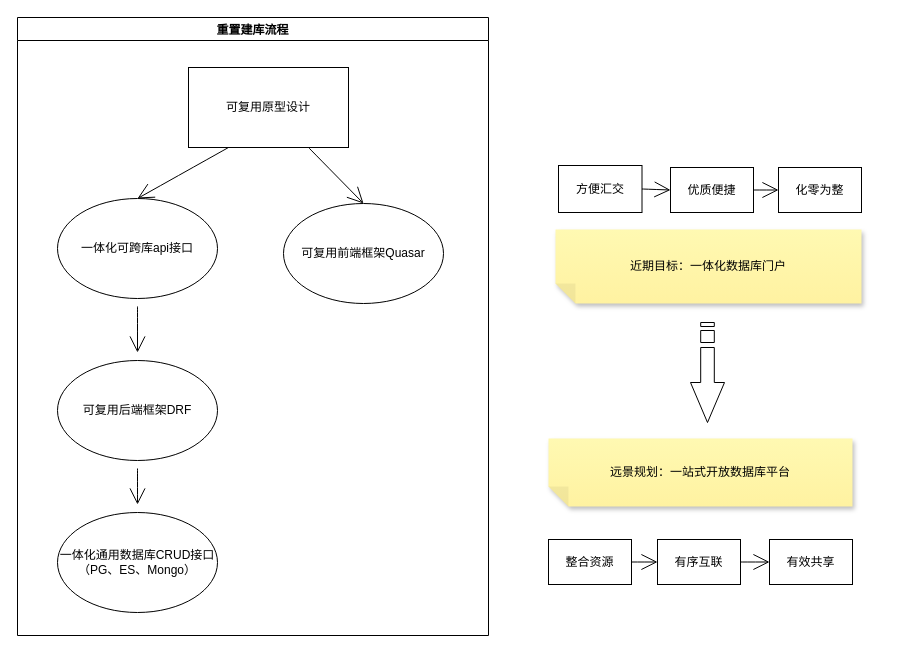
Before: Untitled Diagram.drawio in horizon365/LiveWithPython, a draw.io diagram. Source tidied: cells renumbered, new cells numbered last; positions are measured from the earlier drawing's top-left corner, leaving out a move shared by most shapes. Both pictures are drawn from the tidied source at 100%, with x=0, y=0 at pixel (17, 17).
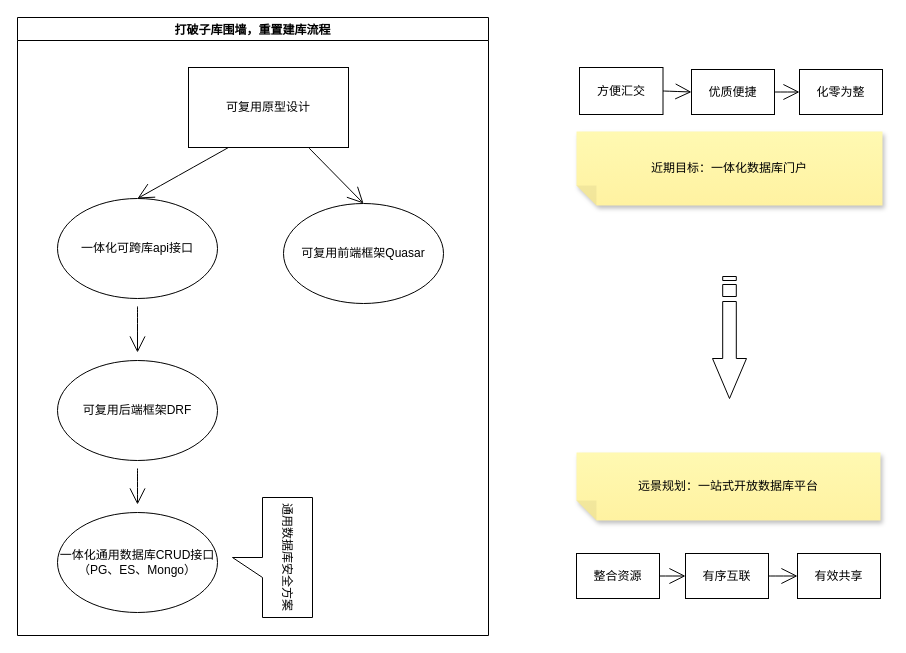
The same diagram, later.

What changed in the source:
```diff
@@
     <mxCell id="8" value="远景规划：一站式开放数据库平台" style="shape=note;whiteSpace=wrap;html=1;backgroundOutline=1;fontColor=#000000;darkOpacity=0.05;fillColor=#FFF9B2;strokeColor=none;fillStyle=solid;direction=west;gradientDirection=north;gradientColor=#FFF2A1;shadow=1;size=20;hachureGap=4;" parent="1" vertex="1">
-      <mxGeometry x="531" y="421" width="304" height="68" as="geometry" />
+      <mxGeometry x="559" y="435" width="304" height="68" as="geometry" />
     </mxCell>
@@
     <mxCell id="12" value="近期目标：一体化数据库门户" style="shape=note;whiteSpace=wrap;html=1;backgroundOutline=1;fontColor=#000000;darkOpacity=0.05;fillColor=#FFF9B2;strokeColor=none;fillStyle=solid;direction=west;gradientDirection=north;gradientColor=#FFF2A1;shadow=1;size=20;hachureGap=4;" parent="1" vertex="1">
-      <mxGeometry x="538" y="212" width="306" height="74" as="geometry" />
+      <mxGeometry x="559" y="114" width="306" height="74" as="geometry" />
     </mxCell>
@@
     <mxCell id="14" value="整合资源" style="rounded=0;whiteSpace=wrap;html=1;hachureGap=4;" parent="1" vertex="1">
-      <mxGeometry x="531" y="522" width="83" height="45" as="geometry" />
+      <mxGeometry x="559" y="536" width="83" height="45" as="geometry" />
     </mxCell>
@@
     <mxCell id="16" value="有序互联" style="rounded=0;whiteSpace=wrap;html=1;hachureGap=4;" parent="1" vertex="1">
-      <mxGeometry x="640" y="522" width="83" height="45" as="geometry" />
+      <mxGeometry x="668" y="536" width="83" height="45" as="geometry" />
     </mxCell>
     <mxCell id="17" value="有效共享" style="rounded=0;whiteSpace=wrap;html=1;hachureGap=4;" parent="1" vertex="1">
-      <mxGeometry x="752" y="522" width="83" height="45" as="geometry" />
+      <mxGeometry x="780" y="536" width="83" height="45" as="geometry" />
     </mxCell>
     <mxCell id="18" value="化零为整" style="rounded=0;whiteSpace=wrap;html=1;hachureGap=4;" parent="1" vertex="1">
-      <mxGeometry x="761" y="150" width="83" height="45" as="geometry" />
+      <mxGeometry x="782" y="52" width="83" height="45" as="geometry" />
     </mxCell>
@@
     <mxCell id="20" value="方便汇交" style="rounded=0;whiteSpace=wrap;html=1;hachureGap=4;" parent="1" vertex="1">
-      <mxGeometry x="541" y="148" width="83.5" height="47" as="geometry" />
+      <mxGeometry x="562" y="50" width="83.5" height="47" as="geometry" />
     </mxCell>
@@
     <mxCell id="22" value="优质便捷" style="rounded=0;whiteSpace=wrap;html=1;hachureGap=4;" parent="1" vertex="1">
-      <mxGeometry x="653" y="150" width="83" height="45" as="geometry" />
+      <mxGeometry x="674" y="52" width="83" height="45" as="geometry" />
     </mxCell>
     <mxCell id="23" style="html=1;shadow=0;dashed=0;align=center;verticalAlign=middle;shape=mxgraph.arrows2.stripedArrow;dy=0.6;dx=40;notch=25;hachureGap=4;rotation=90;" parent="1" vertex="1">
-      <mxGeometry x="640" y="338" width="100" height="34" as="geometry" />
+      <mxGeometry x="651" y="303" width="122" height="34" as="geometry" />
     </mxCell>
-    <mxCell id="24" value="重置建库流程" style="swimlane;hachureGap=4;" parent="1" vertex="1">
+    <mxCell id="24" value="打破子库围墙，重置建库流程" style="swimlane;hachureGap=4;" parent="1" vertex="1">
       <mxGeometry width="471" height="618" as="geometry" />
     </mxCell>
+    <mxCell id="25" value="通用数据库安全方案" style="shape=callout;whiteSpace=wrap;html=1;perimeter=calloutPerimeter;hachureGap=4;rotation=90;" parent="24" vertex="1">
+      <mxGeometry x="195" y="500" width="120" height="80" as="geometry" />
+    </mxCell>
```
